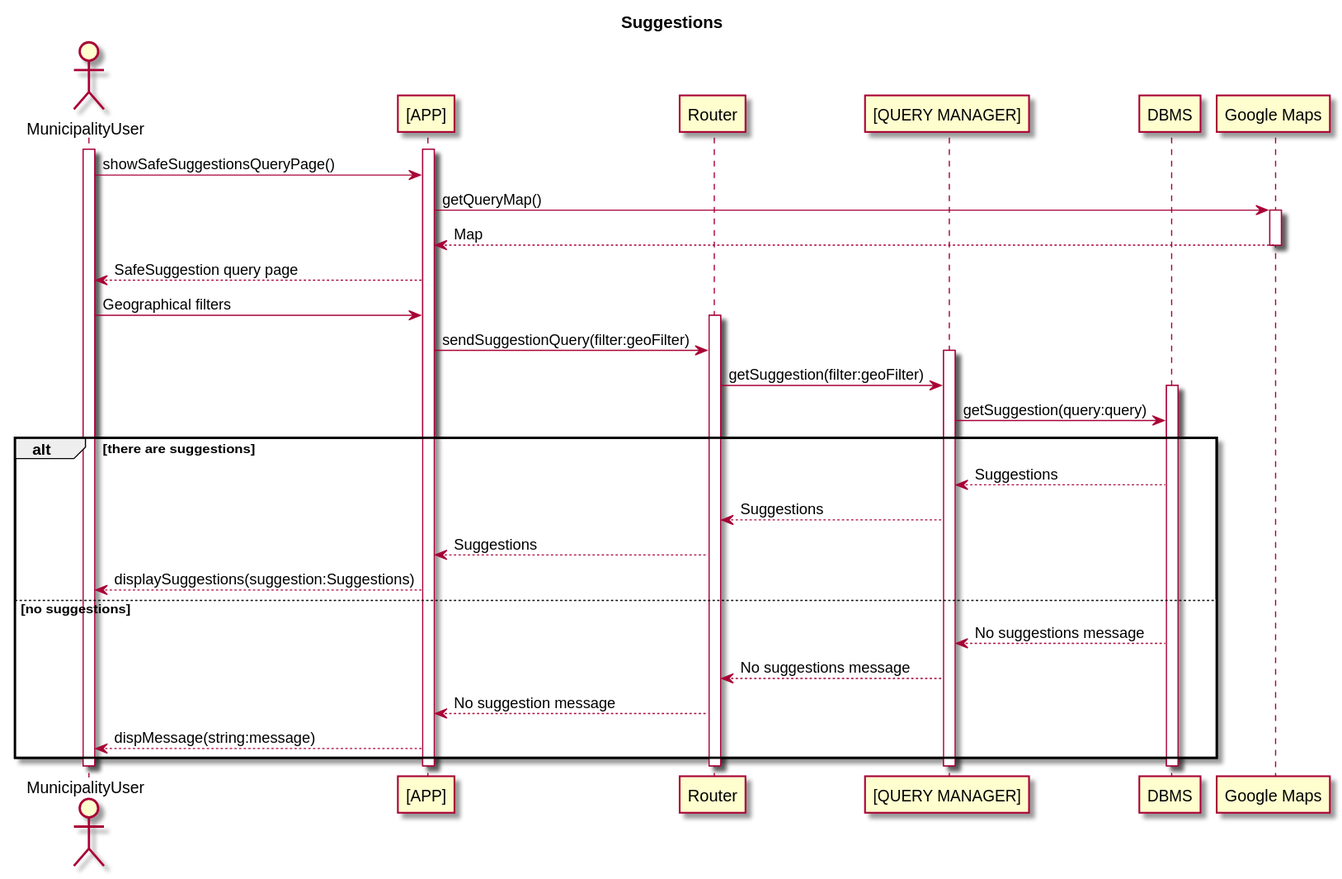
This is DD/resources/suggestions.svg from simonebraga/software_engineering_project_2020, a PlantUML export, as it was before one commit.
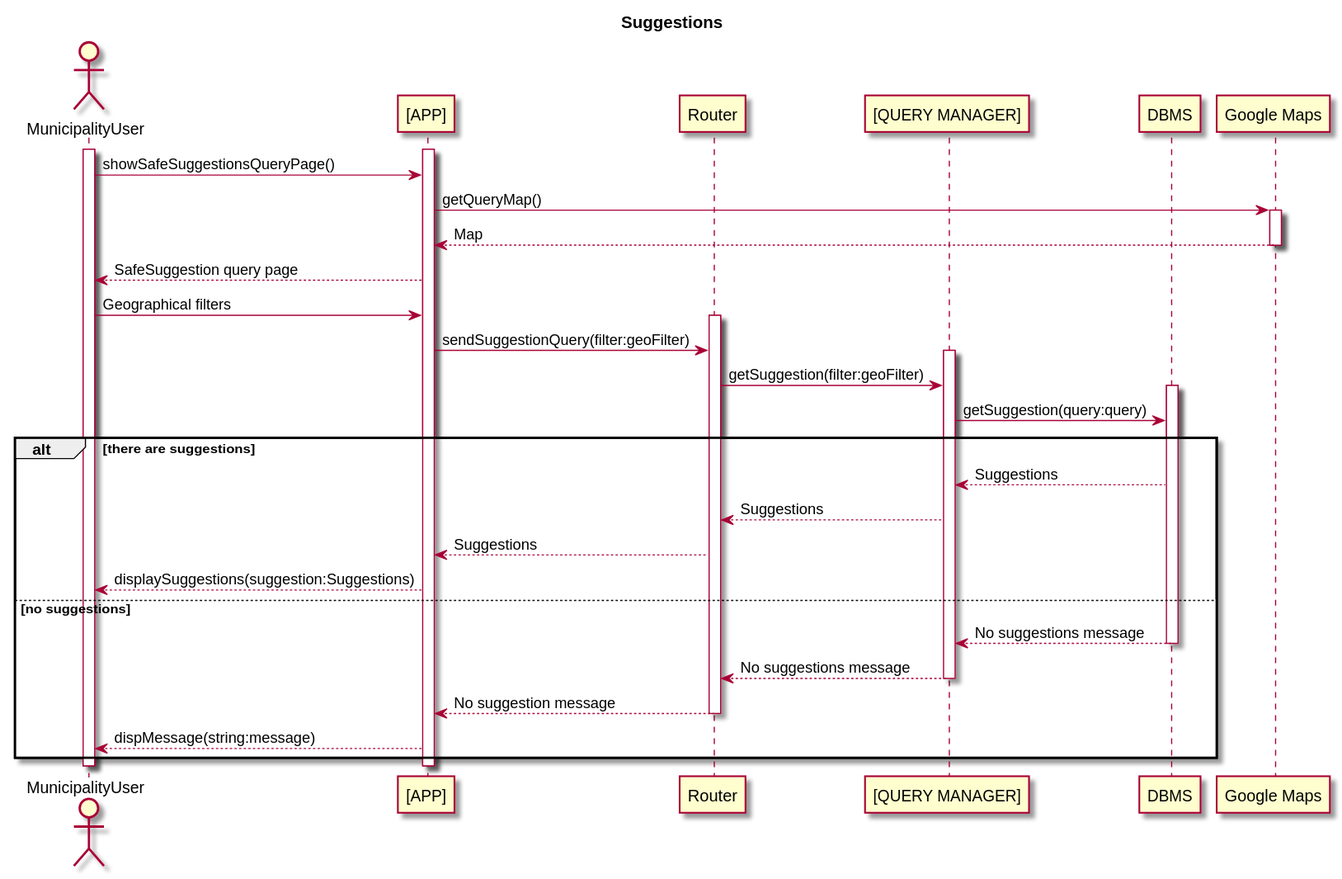
Later version of the same file.

Commit message:
add info_updater sequence diagram

What changed in the source:
```diff
@@ -44,18 +44,16 @@
         else no suggestions
 
           db --> queryh : No suggestions message
+
+        deactivate db
+
           queryh --> rout : No suggestions message
+        deactivate queryh
           rout --> app : No suggestion message
+        deactivate rout
           app --> user : dispMessage(string:message)
 
         end
-
-      deactivate db
-
-
-    deactivate queryh
-
-  deactivate rout
 
 deactivate app
 deactivate user
```
